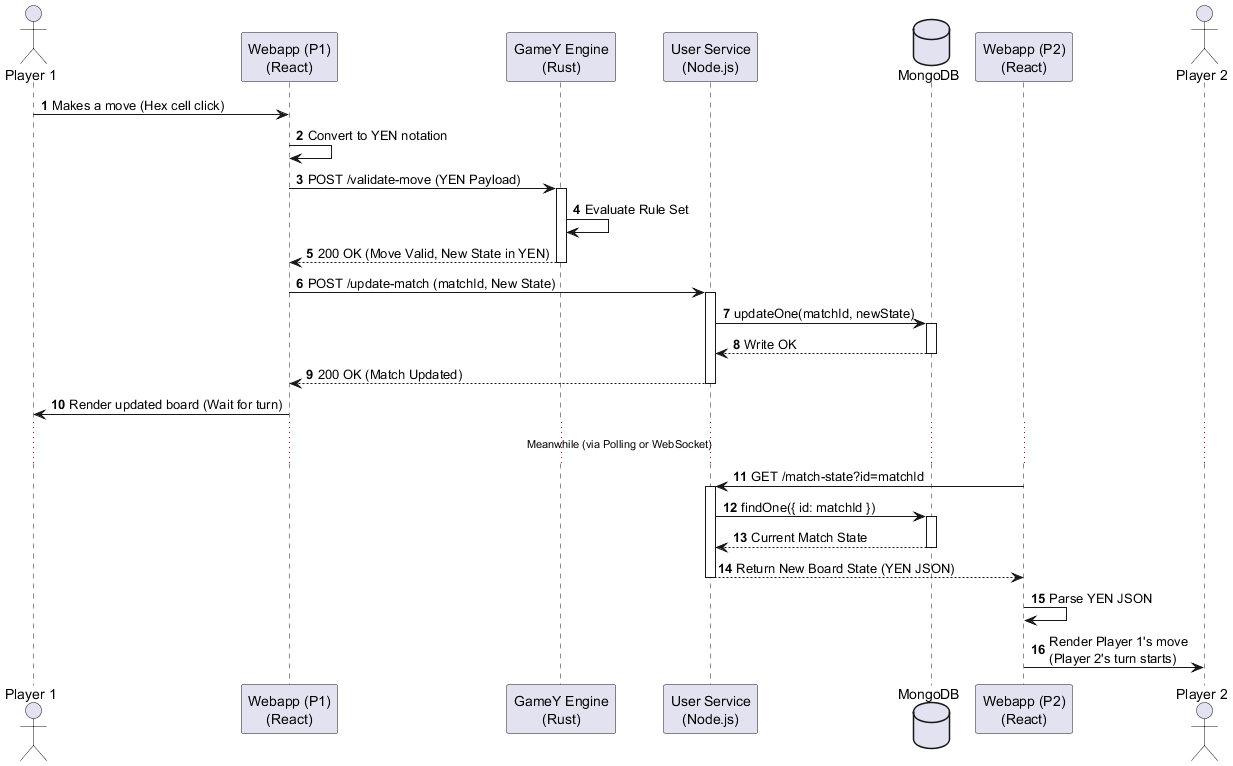
Earlier version of the PlantUML export images/human-vs-human.png (Arquisoft/yovi_en1a).
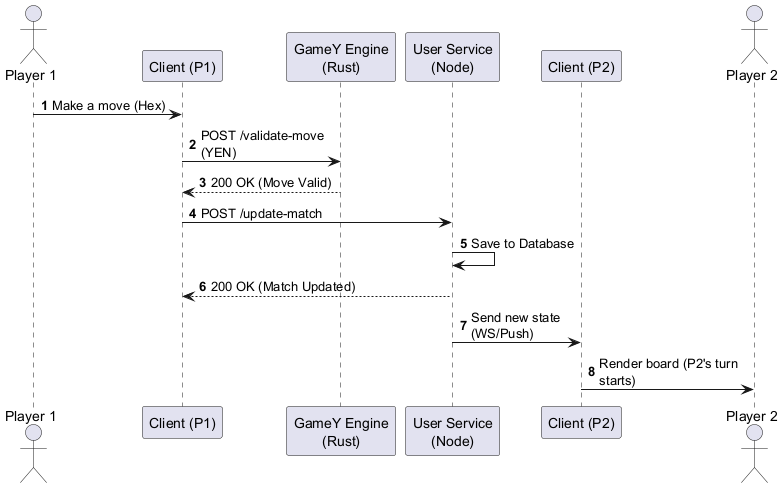
Above is the later version.

Diff of the diagram source:
```diff
@@ -1,44 +1,25 @@
 @startuml
 autonumber
+skinparam maxMessageSize 150
+
 actor "Player 1" as P1
-participant "Webapp (P1)\n(React)" as UI1
+participant "Client (P1)" as UI1
 participant "GameY Engine\n(Rust)" as Rust
-participant "User Service\n(Node.js)" as Node
-database "MongoDB" as DB
-participant "Webapp (P2)\n(React)" as UI2
+participant "User Service\n(Node)" as Node
+participant "Client (P2)" as UI2
 actor "Player 2" as P2
 
-P1 -> UI1 : Makes a move (Hex cell click)
-UI1 -> UI1 : Convert to YEN notation
 
-UI1 -> Rust : POST /validate-move (YEN Payload)
-activate Rust
-Rust -> Rust : Evaluate Rule Set
-Rust --> UI1 : 200 OK (Move Valid, New State in YEN)
-deactivate Rust
+P1 -> UI1 : Make a move (Hex)
+UI1 -> Rust : POST /validate-move (YEN)
+Rust --> UI1 : 200 OK (Move Valid)
 
-UI1 -> Node : POST /update-match (matchId, New State)
-activate Node
-Node -> DB : updateOne(matchId, newState)
-activate DB
-DB --> Node : Write OK
-deactivate DB
+
+UI1 -> Node : POST /update-match
+Node -> Node : Save to Database
 Node --> UI1 : 200 OK (Match Updated)
-deactivate Node
 
-UI1 -> P1 : Render updated board (Wait for turn)
+Node -> UI2 : Send new state (WS/Push)
+UI2 -> P2 : Render board (P2's turn starts)
 
-... Meanwhile (via Polling or WebSocket) ...
-
-UI2 -> Node : GET /match-state?id=matchId
-activate Node
-Node -> DB : findOne({ id: matchId })
-activate DB
-DB --> Node : Current Match State
-deactivate DB
-Node --> UI2 : Return New Board State (YEN JSON)
-deactivate Node
-
-UI2 -> UI2 : Parse YEN JSON
-UI2 -> P2 : Render Player 1's move\n(Player 2's turn starts)
 @enduml
```
